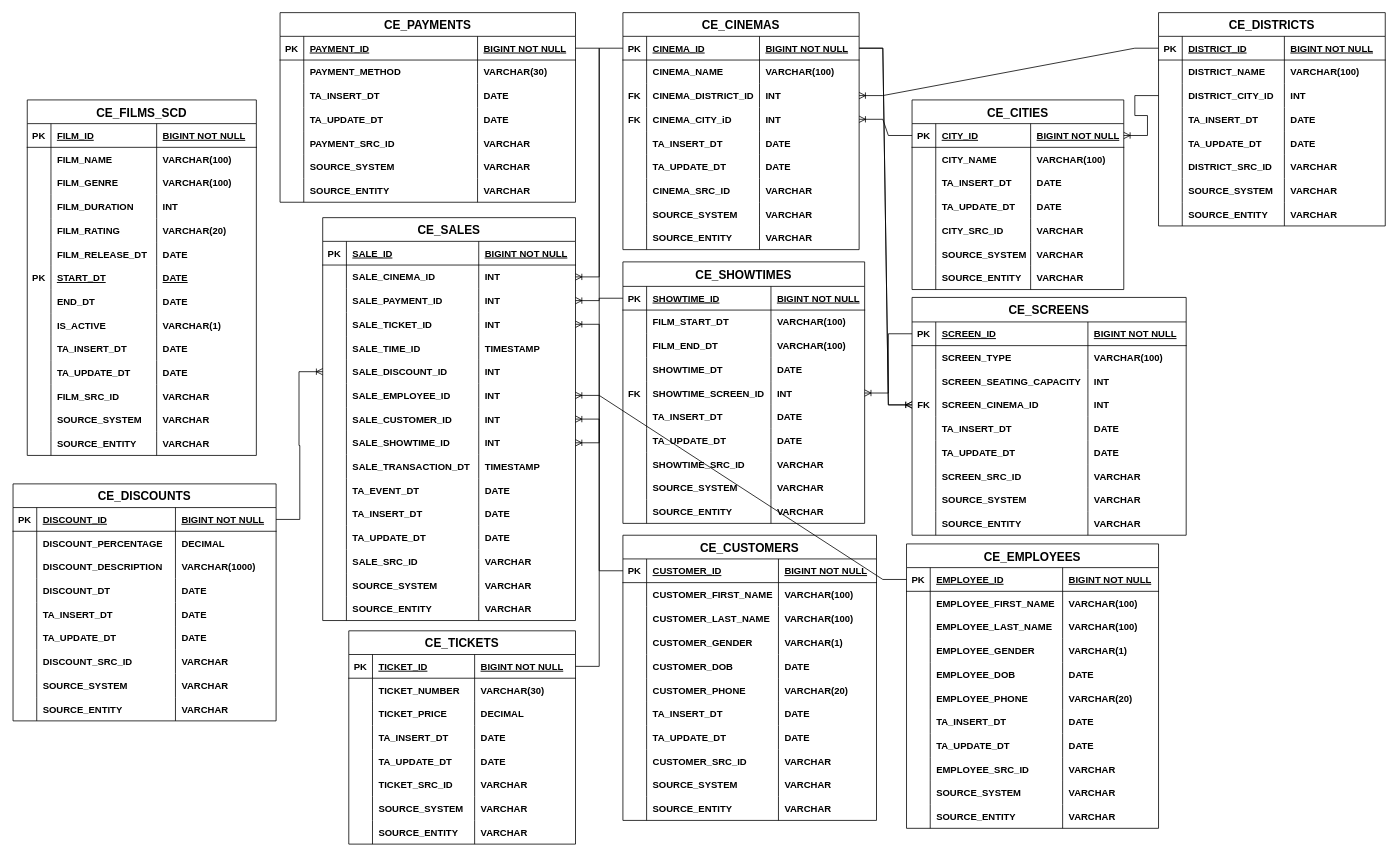
GiorgiEz/DB-modeling keeps this draw.io diagram as ticket_sales_3NF.drawio. Above is the earlier version. Source tidied: cells renumbered, new cells numbered last; positions are measured from the earlier drawing's top-left corner, leaving out a move shared by most shapes. Both pictures are drawn from the tidied source at 79%, with x=0, y=0 at pixel (13, -16).
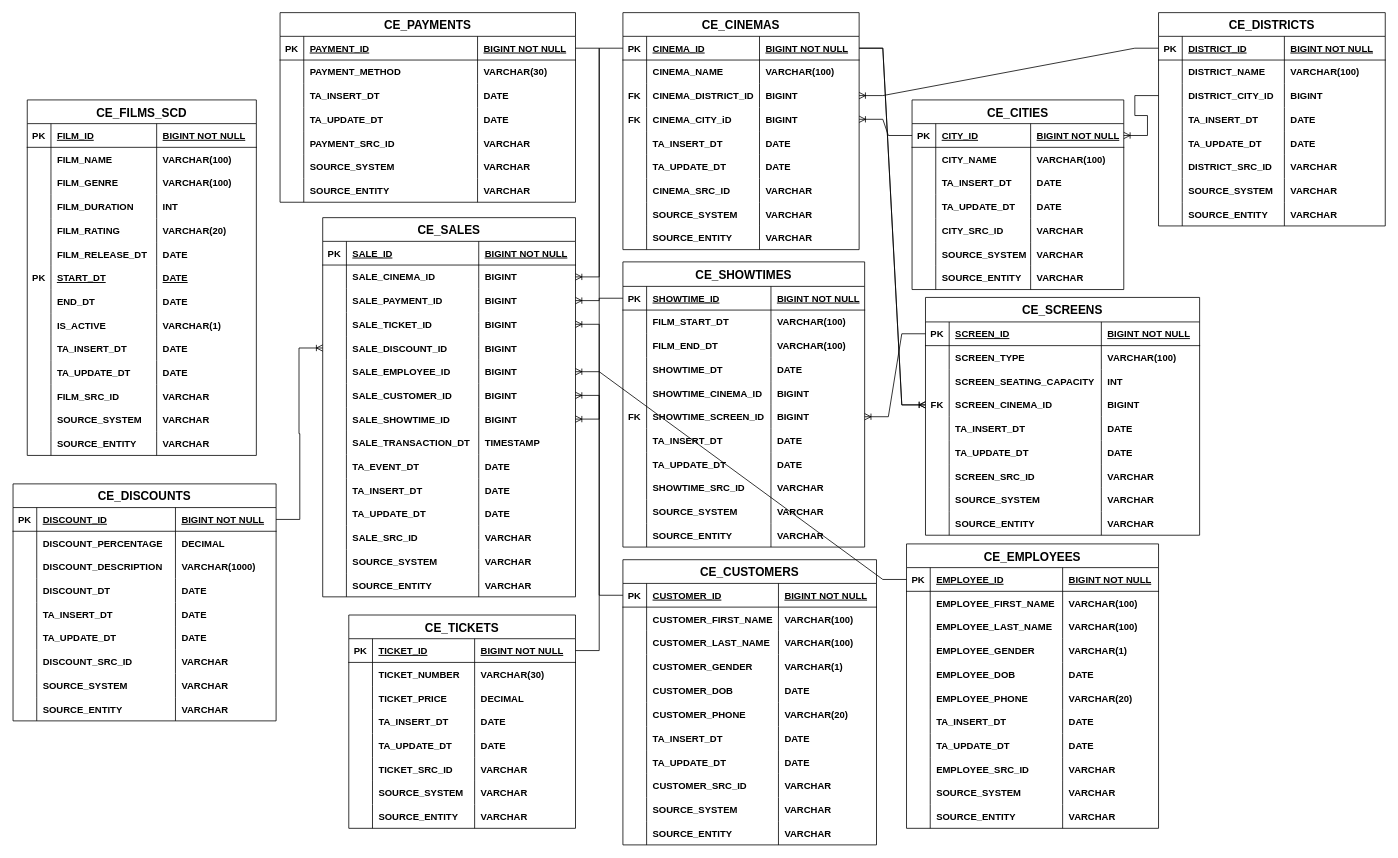
The same page after the edit.

The change refers to these unchanged cells:
```xml
<mxCell id="68" style="shape=partialRectangle;fillColor=none;points=[[0,0.5],[1,0.5]];portConstraint=eastwest;top=0;left=0;right=0;bottom=0;" parent="59" vertex="1">
  <mxGeometry y="90" width="299" height="30" as="geometry" />
</mxCell>
<mxCell id="72" style="shape=partialRectangle;fillColor=none;points=[[0,0.5],[1,0.5]];portConstraint=eastwest;top=0;left=0;right=0;bottom=0;" parent="59" vertex="1">
  <mxGeometry y="120" width="299" height="30" as="geometry" />
</mxCell>
<mxCell id="109" style="shape=partialRectangle;fillColor=none;points=[[0,0.5],[1,0.5]];portConstraint=eastwest;top=0;left=0;right=0;bottom=0;" parent="96" vertex="1">
  <mxGeometry y="121" width="347" height="30" as="geometry" />
</mxCell>
<mxCell id="327" style="shape=partialRectangle;fillColor=none;points=[[0,0.5],[1,0.5]];portConstraint=eastwest;top=0;left=0;right=0;bottom=0;" parent="322" vertex="1">
  <mxGeometry y="60" width="320" height="30" as="geometry" />
</mxCell>
<mxCell id="331" style="shape=partialRectangle;fillColor=none;points=[[0,0.5],[1,0.5]];portConstraint=eastwest;top=0;left=0;right=0;bottom=0;" parent="322" vertex="1">
  <mxGeometry y="90" width="320" height="30" as="geometry" />
</mxCell>
<mxCell id="335" style="shape=partialRectangle;fillColor=none;points=[[0,0.5],[1,0.5]];portConstraint=eastwest;top=0;left=0;right=0;bottom=0;" parent="322" vertex="1">
  <mxGeometry y="120" width="320" height="30" as="geometry" />
</mxCell>
<mxCell id="433" style="shape=partialRectangle;fillColor=none;points=[[0,0.5],[1,0.5]];portConstraint=eastwest;top=0;left=0;right=0;bottom=0;" parent="424" vertex="1">
  <mxGeometry y="90" width="287" height="30" as="geometry" />
</mxCell>
```

What changed in the source:
```diff
@@
-    <mxCell id="71" value="INT" style="shape=partialRectangle;overflow=hidden;fillColor=none;top=0;left=0;bottom=0;right=0;align=left;spacingLeft=6;fontStyle=1;" parent="68" vertex="1">
+    <mxCell id="71" value="BIGINT" style="shape=partialRectangle;overflow=hidden;fillColor=none;top=0;left=0;bottom=0;right=0;align=left;spacingLeft=6;fontStyle=1;" parent="68" vertex="1">
       <mxGeometry x="172.9" width="126.1" height="30" as="geometry" />
     </mxCell>
@@
-    <mxCell id="75" value="INT" style="shape=partialRectangle;overflow=hidden;fillColor=none;top=0;left=0;bottom=0;right=0;align=left;spacingLeft=6;fontStyle=1;" parent="72" vertex="1">
+    <mxCell id="75" value="BIGINT" style="shape=partialRectangle;overflow=hidden;fillColor=none;top=0;left=0;bottom=0;right=0;align=left;spacingLeft=6;fontStyle=1;" parent="72" vertex="1">
       <mxGeometry x="172.9" width="126.1" height="30" as="geometry" />
     </mxCell>
@@
     <mxCell id="96" value="CE_SCREENS" style="shape=table;startSize=31;childLayout=tableLayout;rowLines=0;fontStyle=1;align=center;fontSize=15;" parent="1" vertex="1">
-      <mxGeometry x="1138" y="396" width="347" height="301" as="geometry" />
+      <mxGeometry x="1155" y="396" width="347" height="301" as="geometry" />
     </mxCell>
@@
-    <mxCell id="112" value="INT" style="shape=partialRectangle;overflow=hidden;fillColor=none;top=0;left=0;bottom=0;right=0;align=left;spacingLeft=6;fontStyle=1;" parent="109" vertex="1">
+    <mxCell id="112" value="BIGINT" style="shape=partialRectangle;overflow=hidden;fillColor=none;top=0;left=0;bottom=0;right=0;align=left;spacingLeft=6;fontStyle=1;" parent="109" vertex="1">
       <mxGeometry x="222.6" width="124.4" height="30" as="geometry" />
     </mxCell>
@@
     <mxCell id="170" value="CE_TICKETS" style="shape=table;startSize=30;childLayout=tableLayout;rowLines=0;fontStyle=1;align=center;fontSize=15;" parent="1" vertex="1">
-      <mxGeometry x="425" y="818" width="287" height="270" as="geometry" />
+      <mxGeometry x="425" y="798" width="287" height="270" as="geometry" />
     </mxCell>
@@
     <mxCell id="277" value="CE_CUSTOMERS" style="shape=table;startSize=30;childLayout=tableLayout;rowLines=0;fontStyle=1;align=center;fontSize=15;" parent="1" vertex="1">
-      <mxGeometry x="772" y="697" width="321" height="361" as="geometry" />
+      <mxGeometry x="772" y="728" width="321" height="361" as="geometry" />
     </mxCell>
@@
     <mxCell id="322" value="CE_SALES" style="shape=table;startSize=30;childLayout=tableLayout;rowLines=0;fontStyle=1;align=center;fontSize=15;" parent="1" vertex="1">
-      <mxGeometry x="392" y="295" width="320" height="510" as="geometry" />
+      <mxGeometry x="392" y="295" width="320" height="480" as="geometry" />
     </mxCell>
@@
-    <mxCell id="330" value="INT" style="shape=partialRectangle;overflow=hidden;fillColor=none;top=0;left=0;bottom=0;right=0;align=left;spacingLeft=6;fontStyle=1;" parent="327" vertex="1">
+    <mxCell id="330" value="BIGINT" style="shape=partialRectangle;overflow=hidden;fillColor=none;top=0;left=0;bottom=0;right=0;align=left;spacingLeft=6;fontStyle=1;" parent="327" vertex="1">
       <mxGeometry x="197.5" width="122.5" height="30" as="geometry" />
     </mxCell>
@@
-    <mxCell id="334" value="INT" style="shape=partialRectangle;overflow=hidden;fillColor=none;top=0;left=0;bottom=0;right=0;align=left;spacingLeft=6;fontStyle=1;" parent="331" vertex="1">
+    <mxCell id="334" value="BIGINT" style="shape=partialRectangle;overflow=hidden;fillColor=none;top=0;left=0;bottom=0;right=0;align=left;spacingLeft=6;fontStyle=1;" parent="331" vertex="1">
       <mxGeometry x="197.5" width="122.5" height="30" as="geometry" />
     </mxCell>
@@
-    <mxCell id="338" value="INT" style="shape=partialRectangle;overflow=hidden;fillColor=none;top=0;left=0;bottom=0;right=0;align=left;spacingLeft=6;fontStyle=1;" parent="335" vertex="1">
+    <mxCell id="338" value="BIGINT" style="shape=partialRectangle;overflow=hidden;fillColor=none;top=0;left=0;bottom=0;right=0;align=left;spacingLeft=6;fontStyle=1;" parent="335" vertex="1">
       <mxGeometry x="197.5" width="122.5" height="30" as="geometry" />
     </mxCell>
-    <mxCell id="339" style="shape=partialRectangle;fillColor=none;top=0;left=0;right=0;bottom=0;" parent="322" vertex="1">
-      <mxGeometry y="150" width="320" height="30" as="geometry" />
-    </mxCell>
-    <mxCell id="340" style="shape=partialRectangle;overflow=hidden;fillColor=none;top=0;left=0;bottom=0;right=0;" parent="339" vertex="1">
-      <mxGeometry width="30" height="30" as="geometry" />
-    </mxCell>
-    <mxCell id="341" value="SALE_TIME_ID" style="shape=partialRectangle;overflow=hidden;fillColor=none;top=0;left=0;bottom=0;right=0;align=left;spacingLeft=6;fontStyle=1;" parent="339" vertex="1">
-      <mxGeometry x="30" width="167.5" height="30" as="geometry" />
-    </mxCell>
-    <mxCell id="342" value="TIMESTAMP" style="shape=partialRectangle;overflow=hidden;fillColor=none;top=0;left=0;bottom=0;right=0;align=left;spacingLeft=6;fontStyle=1;" parent="339" vertex="1">
-      <mxGeometry x="197.5" width="122.5" height="30" as="geometry" />
-    </mxCell>
     <mxCell id="343" style="shape=partialRectangle;fillColor=none;points=[[0,0.5],[1,0.5]];portConstraint=eastwest;top=0;left=0;right=0;bottom=0;" parent="322" vertex="1">
-      <mxGeometry y="180" width="320" height="30" as="geometry" />
+      <mxGeometry y="150" width="320" height="30" as="geometry" />
     </mxCell>
@@
-    <mxCell id="346" value="INT" style="shape=partialRectangle;overflow=hidden;fillColor=none;top=0;left=0;bottom=0;right=0;align=left;spacingLeft=6;fontStyle=1;" parent="343" vertex="1">
+    <mxCell id="346" value="BIGINT" style="shape=partialRectangle;overflow=hidden;fillColor=none;top=0;left=0;bottom=0;right=0;align=left;spacingLeft=6;fontStyle=1;" parent="343" vertex="1">
       <mxGeometry x="197.5" width="122.5" height="30" as="geometry" />
     </mxCell>
     <mxCell id="347" style="shape=partialRectangle;fillColor=none;points=[[0,0.5],[1,0.5]];portConstraint=eastwest;top=0;left=0;right=0;bottom=0;" parent="322" vertex="1">
-      <mxGeometry y="210" width="320" height="30" as="geometry" />
+      <mxGeometry y="180" width="320" height="30" as="geometry" />
     </mxCell>
@@
-    <mxCell id="350" value="INT" style="shape=partialRectangle;overflow=hidden;fillColor=none;top=0;left=0;bottom=0;right=0;align=left;spacingLeft=6;fontStyle=1;" parent="347" vertex="1">
+    <mxCell id="350" value="BIGINT" style="shape=partialRectangle;overflow=hidden;fillColor=none;top=0;left=0;bottom=0;right=0;align=left;spacingLeft=6;fontStyle=1;" parent="347" vertex="1">
       <mxGeometry x="197.5" width="122.5" height="30" as="geometry" />
     </mxCell>
     <mxCell id="351" style="shape=partialRectangle;fillColor=none;points=[[0,0.5],[1,0.5]];portConstraint=eastwest;top=0;left=0;right=0;bottom=0;" parent="322" vertex="1">
-      <mxGeometry y="240" width="320" height="30" as="geometry" />
+      <mxGeometry y="210" width="320" height="30" as="geometry" />
     </mxCell>
@@
-    <mxCell id="354" value="INT" style="shape=partialRectangle;overflow=hidden;fillColor=none;top=0;left=0;bottom=0;right=0;align=left;spacingLeft=6;fontStyle=1;" parent="351" vertex="1">
+    <mxCell id="354" value="BIGINT" style="shape=partialRectangle;overflow=hidden;fillColor=none;top=0;left=0;bottom=0;right=0;align=left;spacingLeft=6;fontStyle=1;" parent="351" vertex="1">
       <mxGeometry x="197.5" width="122.5" height="30" as="geometry" />
     </mxCell>
     <mxCell id="355" style="shape=partialRectangle;fillColor=none;points=[[0,0.5],[1,0.5]];portConstraint=eastwest;top=0;left=0;right=0;bottom=0;" parent="322" vertex="1">
-      <mxGeometry y="270" width="320" height="30" as="geometry" />
+      <mxGeometry y="240" width="320" height="30" as="geometry" />
     </mxCell>
@@
-    <mxCell id="358" value="INT" style="shape=partialRectangle;overflow=hidden;fillColor=none;top=0;left=0;bottom=0;right=0;align=left;spacingLeft=6;fontStyle=1;" parent="355" vertex="1">
+    <mxCell id="358" value="BIGINT" style="shape=partialRectangle;overflow=hidden;fillColor=none;top=0;left=0;bottom=0;right=0;align=left;spacingLeft=6;fontStyle=1;" parent="355" vertex="1">
       <mxGeometry x="197.5" width="122.5" height="30" as="geometry" />
     </mxCell>
     <mxCell id="359" style="shape=partialRectangle;fillColor=none;top=0;left=0;right=0;bottom=0;" parent="322" vertex="1">
-      <mxGeometry y="300" width="320" height="30" as="geometry" />
+      <mxGeometry y="270" width="320" height="30" as="geometry" />
     </mxCell>
@@
     <mxCell id="363" style="shape=partialRectangle;fillColor=none;top=0;left=0;right=0;bottom=0;" parent="322" vertex="1">
-      <mxGeometry y="330" width="320" height="30" as="geometry" />
+      <mxGeometry y="300" width="320" height="30" as="geometry" />
     </mxCell>
@@
     <mxCell id="367" style="shape=partialRectangle;fillColor=none;top=0;left=0;right=0;bottom=0;" parent="322" vertex="1">
-      <mxGeometry y="360" width="320" height="30" as="geometry" />
+      <mxGeometry y="330" width="320" height="30" as="geometry" />
     </mxCell>
@@
     <mxCell id="371" style="shape=partialRectangle;fillColor=none;top=0;left=0;right=0;bottom=0;" parent="322" vertex="1">
-      <mxGeometry y="390" width="320" height="30" as="geometry" />
+      <mxGeometry y="360" width="320" height="30" as="geometry" />
     </mxCell>
@@
     <mxCell id="375" style="shape=partialRectangle;fillColor=none;top=0;left=0;right=0;bottom=0;" parent="322" vertex="1">
-      <mxGeometry y="420" width="320" height="30" as="geometry" />
+      <mxGeometry y="390" width="320" height="30" as="geometry" />
     </mxCell>
@@
     <mxCell id="379" style="shape=partialRectangle;fillColor=none;top=0;left=0;right=0;bottom=0;" parent="322" vertex="1">
-      <mxGeometry y="450" width="320" height="30" as="geometry" />
+      <mxGeometry y="420" width="320" height="30" as="geometry" />
     </mxCell>
@@
     <mxCell id="383" style="shape=partialRectangle;fillColor=none;top=0;left=0;right=0;bottom=0;" parent="322" vertex="1">
-      <mxGeometry y="480" width="320" height="30" as="geometry" />
+      <mxGeometry y="450" width="320" height="30" as="geometry" />
     </mxCell>
@@
-    <mxCell id="436" value="INT" style="shape=partialRectangle;overflow=hidden;fillColor=none;top=0;left=0;bottom=0;right=0;align=left;spacingLeft=6;fontStyle=1;" parent="433" vertex="1">
+    <mxCell id="436" value="BIGINT" style="shape=partialRectangle;overflow=hidden;fillColor=none;top=0;left=0;bottom=0;right=0;align=left;spacingLeft=6;fontStyle=1;" parent="433" vertex="1">
       <mxGeometry x="159.3" width="127.7" height="30" as="geometry" />
     </mxCell>
@@
     <mxCell id="458" value="CE_SHOWTIMES" style="shape=table;startSize=31;childLayout=tableLayout;rowLines=0;fontStyle=1;align=center;fontSize=15;" parent="1" vertex="1">
-      <mxGeometry x="772" y="351" width="306" height="331" as="geometry" />
+      <mxGeometry x="772" y="351" width="306" height="361" as="geometry" />
     </mxCell>
@@
+    <mxCell id="503" style="shape=partialRectangle;fillColor=none;top=0;left=0;right=0;bottom=0;" parent="458" vertex="1">
+      <mxGeometry y="151" width="306" height="30" as="geometry" />
+    </mxCell>
+    <mxCell id="340" style="shape=partialRectangle;overflow=hidden;fillColor=none;top=0;left=0;bottom=0;right=0;" parent="503" vertex="1">
+      <mxGeometry width="30" height="30" as="geometry" />
+    </mxCell>
+    <mxCell id="504" value="SHOWTIME_CINEMA_ID" style="shape=partialRectangle;overflow=hidden;fillColor=none;top=0;left=0;bottom=0;right=0;align=left;spacingLeft=6;fontStyle=1;" parent="503" vertex="1">
+      <mxGeometry x="30" width="157.4" height="30" as="geometry" />
+    </mxCell>
+    <mxCell id="505" value="BIGINT" style="shape=partialRectangle;overflow=hidden;fillColor=none;top=0;left=0;bottom=0;right=0;align=left;spacingLeft=6;fontStyle=1;" parent="503" vertex="1">
+      <mxGeometry x="187.4" width="118.6" height="30" as="geometry" />
+    </mxCell>
     <mxCell id="475" style="shape=partialRectangle;fillColor=none;points=[[0,0.5],[1,0.5]];portConstraint=eastwest;top=0;left=0;right=0;bottom=0;" parent="458" vertex="1">
-      <mxGeometry y="151" width="306" height="30" as="geometry" />
+      <mxGeometry y="181" width="306" height="30" as="geometry" />
     </mxCell>
@@
-    <mxCell id="478" value="INT" style="shape=partialRectangle;overflow=hidden;fillColor=none;top=0;left=0;bottom=0;right=0;align=left;spacingLeft=6;fontStyle=1;" parent="475" vertex="1">
+    <mxCell id="478" value="BIGINT" style="shape=partialRectangle;overflow=hidden;fillColor=none;top=0;left=0;bottom=0;right=0;align=left;spacingLeft=6;fontStyle=1;" parent="475" vertex="1">
       <mxGeometry x="187.4" width="118.6" height="30" as="geometry" />
     </mxCell>
     <mxCell id="479" style="shape=partialRectangle;fillColor=none;top=0;left=0;right=0;bottom=0;" parent="458" vertex="1">
-      <mxGeometry y="181" width="306" height="30" as="geometry" />
+      <mxGeometry y="211" width="306" height="30" as="geometry" />
     </mxCell>
@@
     <mxCell id="483" style="shape=partialRectangle;fillColor=none;top=0;left=0;right=0;bottom=0;" parent="458" vertex="1">
-      <mxGeometry y="211" width="306" height="30" as="geometry" />
+      <mxGeometry y="241" width="306" height="30" as="geometry" />
     </mxCell>
@@
     <mxCell id="487" style="shape=partialRectangle;fillColor=none;top=0;left=0;right=0;bottom=0;" parent="458" vertex="1">
-      <mxGeometry y="241" width="306" height="30" as="geometry" />
+      <mxGeometry y="271" width="306" height="30" as="geometry" />
     </mxCell>
@@
     <mxCell id="491" style="shape=partialRectangle;fillColor=none;top=0;left=0;right=0;bottom=0;" parent="458" vertex="1">
-      <mxGeometry y="271" width="306" height="30" as="geometry" />
+      <mxGeometry y="301" width="306" height="30" as="geometry" />
     </mxCell>
@@
     <mxCell id="495" style="shape=partialRectangle;fillColor=none;top=0;left=0;right=0;bottom=0;" parent="458" vertex="1">
-      <mxGeometry y="301" width="306" height="30" as="geometry" />
+      <mxGeometry y="331" width="306" height="30" as="geometry" />
     </mxCell>
```
